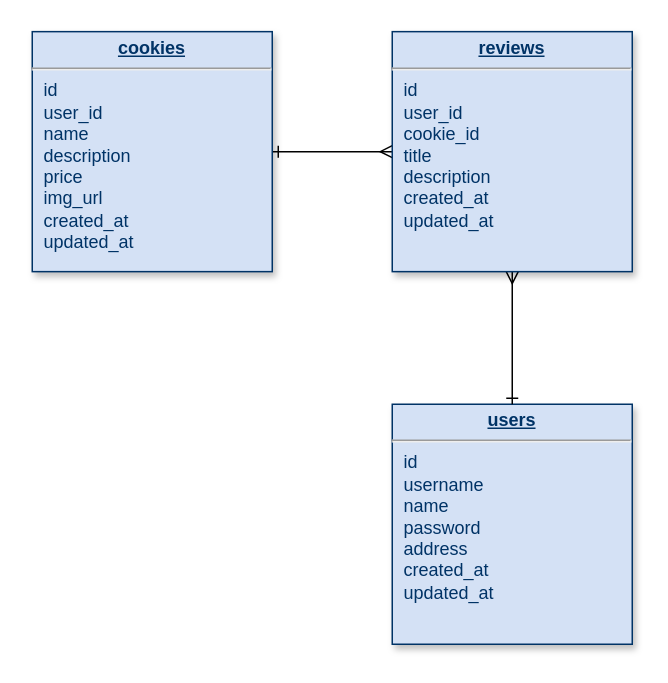
booyouon/cookieshoppe keeps this draw.io diagram as cookie.drawio. Above is the earlier version. Source tidied: cells renumbered, new cells numbered last; positions are measured from the earlier drawing's top-left corner, leaving out a move shared by most shapes. Both pictures are drawn from the tidied source at 150%, with x=0, y=0 at pixel (32, 32).
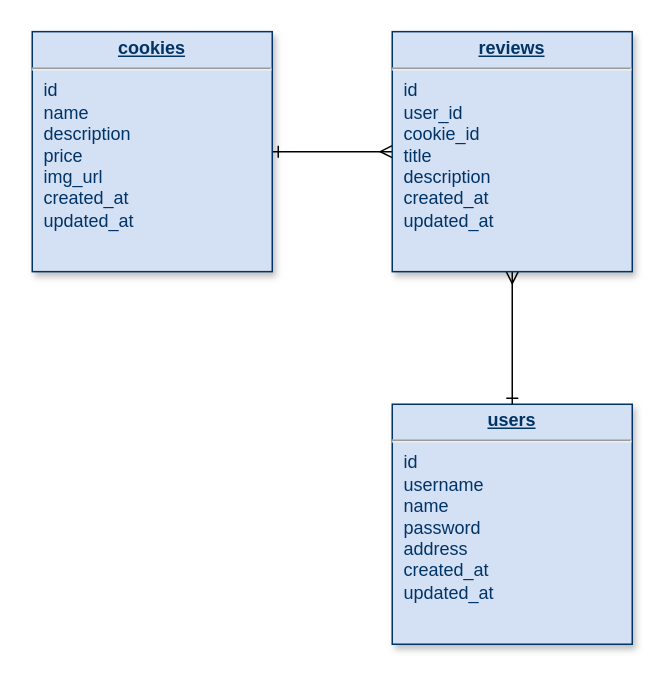
The same page after the edit.

Change to the diagram source:
```diff
@@
 <mxGraphModel>
   <root>
     <mxCell id="0" />
     <mxCell id="1" parent="0" />
     <mxCell id="2" value="&lt;p style=&quot;margin: 0px ; margin-top: 4px ; text-align: center ; text-decoration: underline&quot;&gt;&lt;b&gt;users&lt;/b&gt;&lt;/p&gt;&lt;hr&gt;&lt;p style=&quot;margin: 0px 0px 0px 8px&quot;&gt;id&lt;/p&gt;&lt;p style=&quot;margin: 0px 0px 0px 8px&quot;&gt;username&lt;/p&gt;&lt;p style=&quot;margin: 0px 0px 0px 8px&quot;&gt;name&lt;/p&gt;&lt;p style=&quot;margin: 0px 0px 0px 8px&quot;&gt;password&lt;/p&gt;&lt;p style=&quot;margin: 0px 0px 0px 8px&quot;&gt;address&lt;/p&gt;&lt;p style=&quot;margin: 0px 0px 0px 8px&quot;&gt;created_at&lt;/p&gt;&lt;p style=&quot;margin: 0px 0px 0px 8px&quot;&gt;updated_at&lt;/p&gt;" style="verticalAlign=top;align=left;overflow=fill;fontSize=12;fontFamily=Helvetica;html=1;strokeColor=#003366;shadow=1;fillColor=#D4E1F5;fontColor=#003366;" parent="1" vertex="1">
       <mxGeometry x="240" y="248" width="160" height="160" as="geometry" />
     </mxCell>
     <mxCell id="3" style="edgeStyle=orthogonalEdgeStyle;rounded=0;jettySize=auto;html=1;startArrow=ERone;startFill=0;endArrow=ERmany;endFill=0;" parent="1" edge="1" source="4" target="6">
       <mxGeometry relative="1" as="geometry" />
     </mxCell>
-    <mxCell id="4" value="&lt;p style=&quot;margin: 0px ; margin-top: 4px ; text-align: center ; text-decoration: underline&quot;&gt;&lt;b&gt;cookies&lt;/b&gt;&lt;/p&gt;&lt;hr&gt;&lt;p style=&quot;margin: 0px ; margin-left: 8px&quot;&gt;id&lt;/p&gt;&lt;p style=&quot;margin: 0px ; margin-left: 8px&quot;&gt;user_id&lt;/p&gt;&lt;p style=&quot;margin: 0px ; margin-left: 8px&quot;&gt;name&lt;/p&gt;&lt;p style=&quot;margin: 0px ; margin-left: 8px&quot;&gt;description&lt;/p&gt;&lt;p style=&quot;margin: 0px ; margin-left: 8px&quot;&gt;price&lt;/p&gt;&lt;p style=&quot;margin: 0px ; margin-left: 8px&quot;&gt;img_url&lt;/p&gt;&lt;p style=&quot;margin: 0px ; margin-left: 8px&quot;&gt;created_at&lt;/p&gt;&lt;p style=&quot;margin: 0px ; margin-left: 8px&quot;&gt;updated_at&lt;/p&gt;&lt;p style=&quot;margin: 0px ; margin-left: 8px&quot;&gt;&lt;br&gt;&lt;/p&gt;" style="verticalAlign=top;align=left;overflow=fill;fontSize=12;fontFamily=Helvetica;html=1;strokeColor=#003366;shadow=1;fillColor=#D4E1F5;fontColor=#003366;" parent="1" vertex="1">
+    <mxCell id="4" value="&lt;p style=&quot;margin: 0px ; margin-top: 4px ; text-align: center ; text-decoration: underline&quot;&gt;&lt;b&gt;cookies&lt;/b&gt;&lt;/p&gt;&lt;hr&gt;&lt;p style=&quot;margin: 0px ; margin-left: 8px&quot;&gt;id&lt;/p&gt;&lt;p style=&quot;margin: 0px ; margin-left: 8px&quot;&gt;name&lt;/p&gt;&lt;p style=&quot;margin: 0px ; margin-left: 8px&quot;&gt;description&lt;/p&gt;&lt;p style=&quot;margin: 0px ; margin-left: 8px&quot;&gt;price&lt;/p&gt;&lt;p style=&quot;margin: 0px ; margin-left: 8px&quot;&gt;img_url&lt;/p&gt;&lt;p style=&quot;margin: 0px ; margin-left: 8px&quot;&gt;created_at&lt;/p&gt;&lt;p style=&quot;margin: 0px ; margin-left: 8px&quot;&gt;updated_at&lt;/p&gt;&lt;p style=&quot;margin: 0px ; margin-left: 8px&quot;&gt;&lt;br&gt;&lt;/p&gt;" style="verticalAlign=top;align=left;overflow=fill;fontSize=12;fontFamily=Helvetica;html=1;strokeColor=#003366;shadow=1;fillColor=#D4E1F5;fontColor=#003366;" parent="1" vertex="1">
       <mxGeometry y="-0.4" width="160" height="160" as="geometry" />
     </mxCell>
     <mxCell id="5" style="edgeStyle=orthogonalEdgeStyle;rounded=0;jettySize=auto;html=1;startArrow=ERmany;startFill=0;endArrow=ERone;endFill=0;" parent="1" edge="1" source="6" target="2">
       <mxGeometry relative="1" as="geometry" />
     </mxCell>
     <mxCell id="6" value="&lt;p style=&quot;margin: 0px ; margin-top: 4px ; text-align: center ; text-decoration: underline&quot;&gt;&lt;b&gt;reviews&lt;/b&gt;&lt;/p&gt;&lt;hr&gt;&lt;p style=&quot;margin: 0px ; margin-left: 8px&quot;&gt;id&lt;/p&gt;&lt;p style=&quot;margin: 0px ; margin-left: 8px&quot;&gt;user_id&lt;/p&gt;&lt;p style=&quot;margin: 0px ; margin-left: 8px&quot;&gt;cookie_id&lt;/p&gt;&lt;p style=&quot;margin: 0px ; margin-left: 8px&quot;&gt;title&lt;/p&gt;&lt;p style=&quot;margin: 0px ; margin-left: 8px&quot;&gt;description&lt;/p&gt;&lt;p style=&quot;margin: 0px ; margin-left: 8px&quot;&gt;created_at&lt;/p&gt;&lt;p style=&quot;margin: 0px ; margin-left: 8px&quot;&gt;updated_at&lt;/p&gt;&lt;p style=&quot;margin: 0px ; margin-left: 8px&quot;&gt;&lt;br&gt;&lt;/p&gt;" style="verticalAlign=top;align=left;overflow=fill;fontSize=12;fontFamily=Helvetica;html=1;strokeColor=#003366;shadow=1;fillColor=#D4E1F5;fontColor=#003366;" parent="1" vertex="1">
       <mxGeometry x="240" y="-0.4" width="160" height="160" as="geometry" />
     </mxCell>
   </root>
 </mxGraphModel>
```
